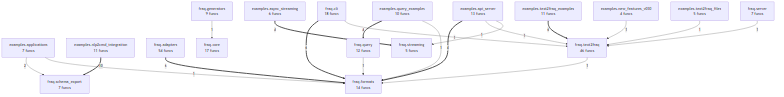
wronai/fraq keeps this Mermaid diagram as project/compact_flow.png. Above is the earlier version. Its source is kept beside it as project/compact_flow.mmd.
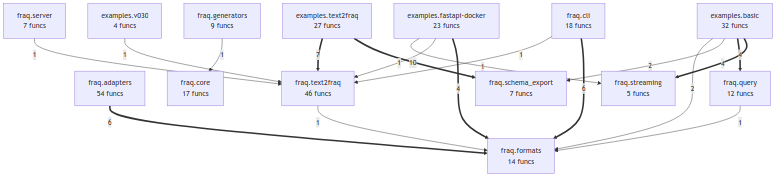
After the change.

What changed in the source:
```diff
@@ -1,12 +1,8 @@
 flowchart TD
-    examples_api_server["examples.api_server<br/>13 funcs"]
-    examples_applications["examples.applications<br/>7 funcs"]
-    examples_async_streaming["examples.async_streaming<br/>6 funcs"]
-    examples_new_features_v030["examples.new_features_v030<br/>4 funcs"]
-    examples_nlp2cmd_integration["examples.nlp2cmd_integration<br/>11 funcs"]
-    examples_query_examples["examples.query_examples<br/>10 funcs"]
-    examples_text2fraq_examples["examples.text2fraq_examples<br/>11 funcs"]
-    examples_text2fraq_files["examples.text2fraq_files<br/>5 funcs"]
+    examples_basic["examples.basic<br/>32 funcs"]
+    examples_fastapi_docker["examples.fastapi-docker<br/>23 funcs"]
+    examples_text2fraq["examples.text2fraq<br/>27 funcs"]
+    examples_v030["examples.v030<br/>4 funcs"]
     fraq_adapters["fraq.adapters<br/>54 funcs"]
     fraq_cli["fraq.cli<br/>18 funcs"]
     fraq_core["fraq.core<br/>17 funcs"]
@@ -17,22 +13,20 @@
     fraq_server["fraq.server<br/>7 funcs"]
     fraq_streaming["fraq.streaming<br/>5 funcs"]
     fraq_text2fraq["fraq.text2fraq<br/>46 funcs"]
-    examples_nlp2cmd_integration ==>|10| fraq_schema_export
+    examples_text2fraq ==>|10| fraq_schema_export
+    examples_text2fraq ==>|7| fraq_text2fraq
     fraq_cli ==>|6| fraq_formats
-    examples_text2fraq_examples ==>|6| fraq_text2fraq
     fraq_adapters ==>|6| fraq_formats
-    examples_async_streaming ==>|4| fraq_streaming
-    examples_query_examples ==>|4| fraq_query
-    examples_api_server ==>|4| fraq_formats
-    examples_applications -->|2| fraq_schema_export
+    examples_basic ==>|4| fraq_streaming
+    examples_fastapi_docker ==>|4| fraq_formats
+    examples_basic ==>|4| fraq_query
+    examples_basic -->|2| fraq_schema_export
+    examples_basic -->|2| fraq_formats
     fraq_generators -->|1| fraq_core
     fraq_cli -->|1| fraq_text2fraq
-    examples_applications -->|1| fraq_formats
-    examples_query_examples -->|1| fraq_formats
     fraq_query -->|1| fraq_formats
-    examples_new_features_v030 -->|1| fraq_text2fraq
-    examples_api_server -->|1| fraq_text2fraq
-    examples_api_server -->|1| fraq_streaming
-    examples_text2fraq_files -->|1| fraq_text2fraq
+    examples_fastapi_docker -->|1| fraq_text2fraq
+    examples_fastapi_docker -->|1| fraq_streaming
     fraq_text2fraq -->|1| fraq_formats
+    examples_v030 -->|1| fraq_text2fraq
     fraq_server -->|1| fraq_text2fraq
```
